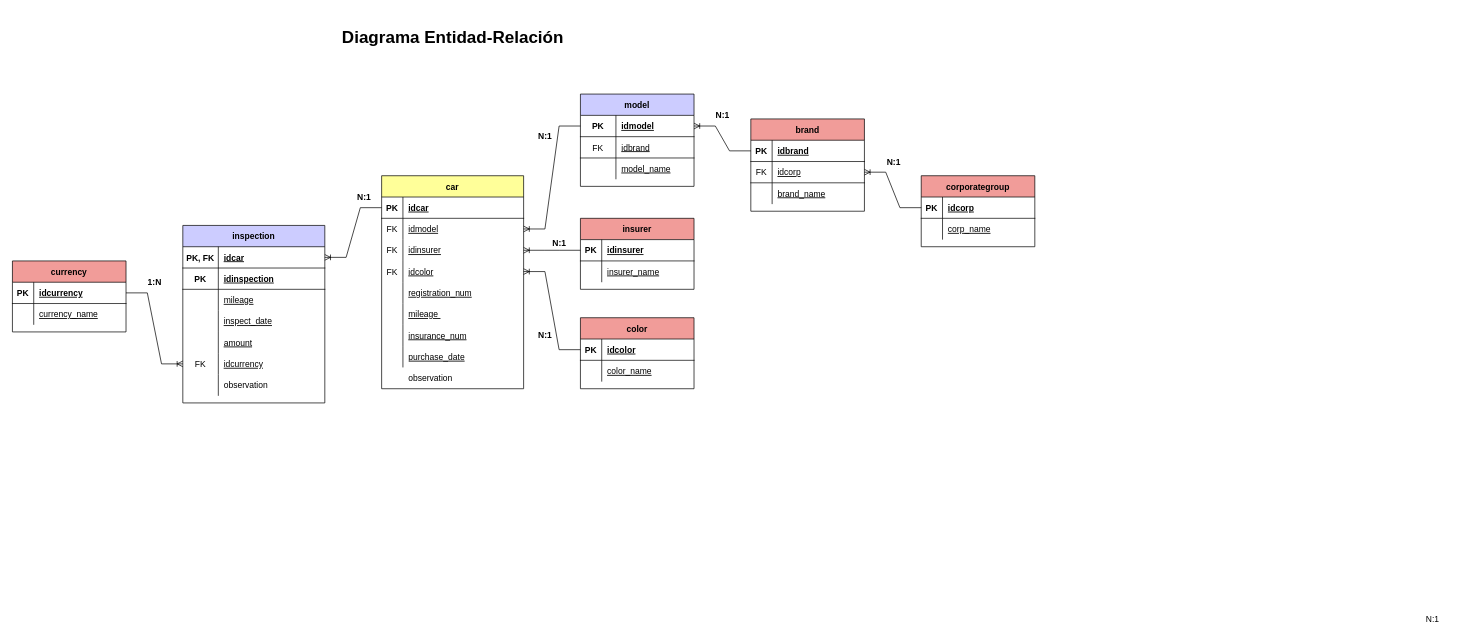
Earlier version of the draw.io diagram page "Diagrama entidad relación" (1 of 2) of modeloER.drawio (valgz/modelado_datos_sql). Source tidied: cells renumbered, new cells numbered last; positions are measured from the earlier drawing's top-left corner, leaving out a move shared by most shapes. Both pictures are drawn from the tidied source at 71%, with x=0, y=0 at pixel (12, 12).
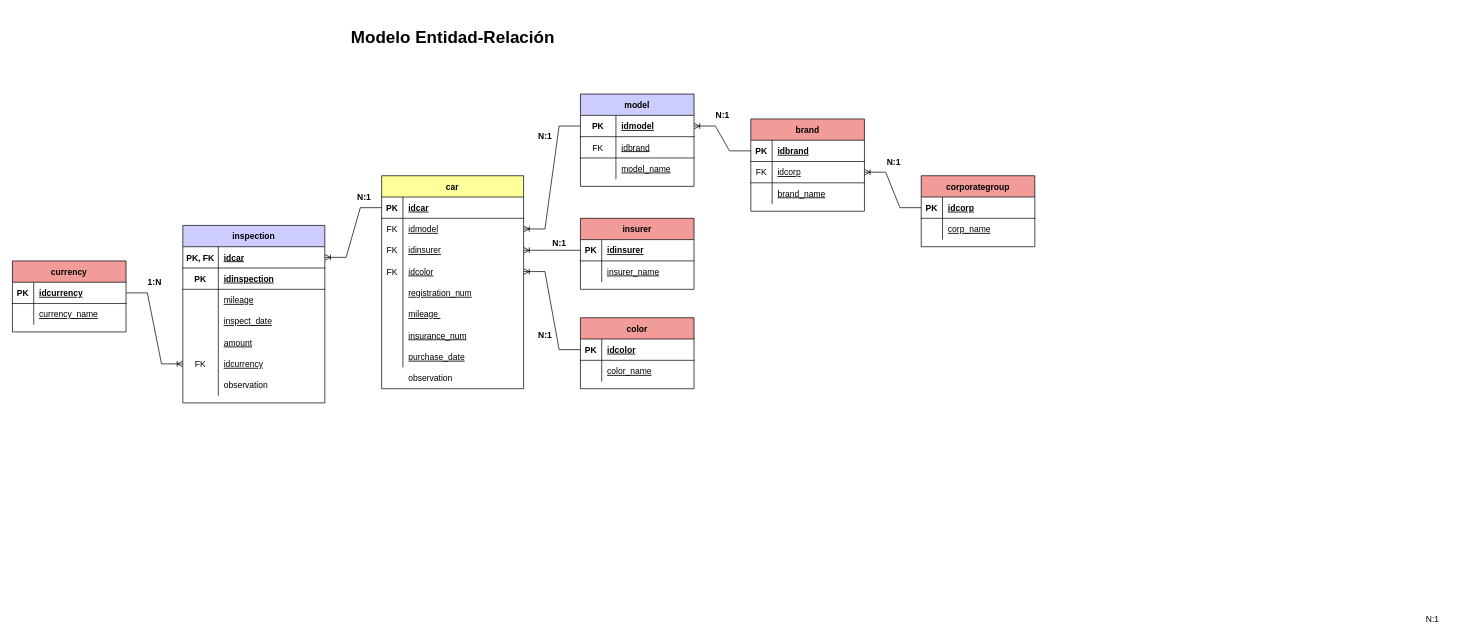
Above is the later version.

Commit message (it also covers changes not shown here):
Cambio titulo drawio + insercion de datos en tabla CAR

What changed in the source:
```diff
@@
-    <mxCell id="116" value="&lt;h1&gt;Diagrama Entidad-Relación&lt;/h1&gt;" style="text;html=1;align=center;verticalAlign=middle;strokeColor=none;fillColor=none;" parent="1" vertex="1">
-      <mxGeometry x="450" width="340" height="70" as="geometry" />
+    <mxCell id="116" value="&lt;h1&gt;Modelo Entidad-Relación&lt;/h1&gt;" style="text;html=1;align=center;verticalAlign=middle;strokeColor=none;fillColor=none;" parent="1" vertex="1">
+      <mxGeometry x="465" width="310" height="70" as="geometry" />
     </mxCell>
```
